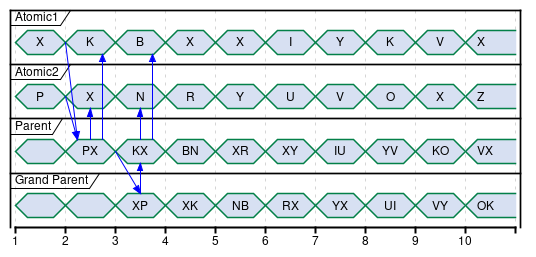
dioh/eb-devs-models keeps this PlantUML diagram as multi_level_model/graph.png. Above is the earlier version. The source it was exported from:
```plantuml
@startuml
concise "Atomic1" as Atomic1
concise "Atomic2" as Atomic2

concise "Parent" as PMS
concise "Grand Parent" as GPMS


@1
Atomic1 is X
PMS is ""
GPMS is ""
Atomic2 is P
PMS is ""
GPMS is ""

@2
Atomic1 is K
PMS is PX
GPMS is ""
Atomic2 is X
PMS is PX
GPMS is ""

Atomic1 -> PMS@2.25
Atomic2 -> PMS@2.25

PMS@2.5 -> Atomic2@2.5
PMS@2.75 -> Atomic1@2.75

@3
Atomic1 is B
PMS is KX
GPMS is XP
Atomic2 is N
PMS is KX
GPMS is XP

PMS -> GPMS@3.5
GPMS@3.5 -> PMS@3.5

PMS@3.5 -> Atomic2@3.5
PMS@3.75 -> Atomic1@3.75

@4
Atomic1 is X
PMS is BN
GPMS is XK
Atomic2 is R
PMS is BN
GPMS is XK

@5
Atomic1 is X
PMS is XR
GPMS is NB
Atomic2 is Y
PMS is XR
GPMS is NB

@6
Atomic1 is I
PMS is XY
GPMS is RX
Atomic2 is U
PMS is XY
GPMS is RX

@7
Atomic1 is Y
PMS is IU
GPMS is YX
Atomic2 is V
PMS is IU
GPMS is YX

@8
Atomic1 is K
PMS is YV
GPMS is UI
Atomic2 is O
PMS is YV
GPMS is UI

@9
Atomic1 is V
PMS is KO
GPMS is VY
Atomic2 is X
PMS is KO
GPMS is VY

@10
Atomic1 is X
PMS is VX
GPMS is OK
Atomic2 is Z
PMS is VX
GPMS is OK

@enduml
```
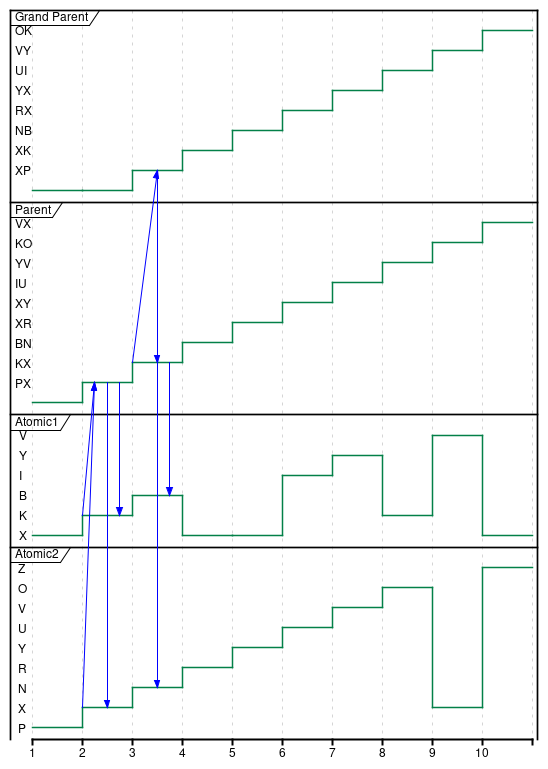
After the commit.

Commit message:
Multilevel model

Change to the diagram source:
```diff
@@ -1,9 +1,8 @@
 @startuml
-concise "Atomic1" as Atomic1
-concise "Atomic2" as Atomic2
-
-concise "Parent" as PMS
-concise "Grand Parent" as GPMS
+robust "Grand Parent" as GPMS
+robust "Parent" as PMS
+robust "Atomic1" as Atomic1
+robust "Atomic2" as Atomic2
 
 
 @1
```
